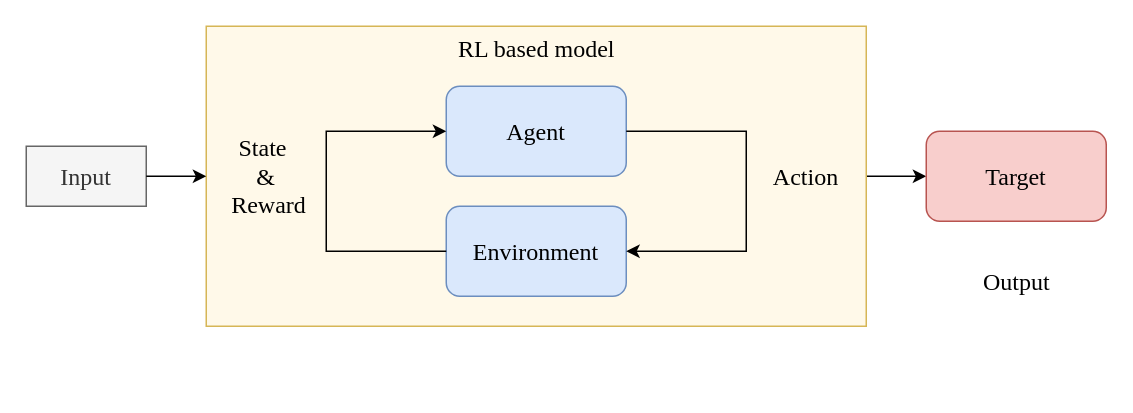
Before: draw/RL示意图.drawio in zhiyuan5986/draw_io, a draw.io diagram. Source tidied: cells renumbered, new cells numbered last; positions are measured from the earlier drawing's top-left corner, leaving out a move shared by most shapes. Both pictures are drawn from the tidied source at 150%, with x=0, y=0 at pixel (26, 26).
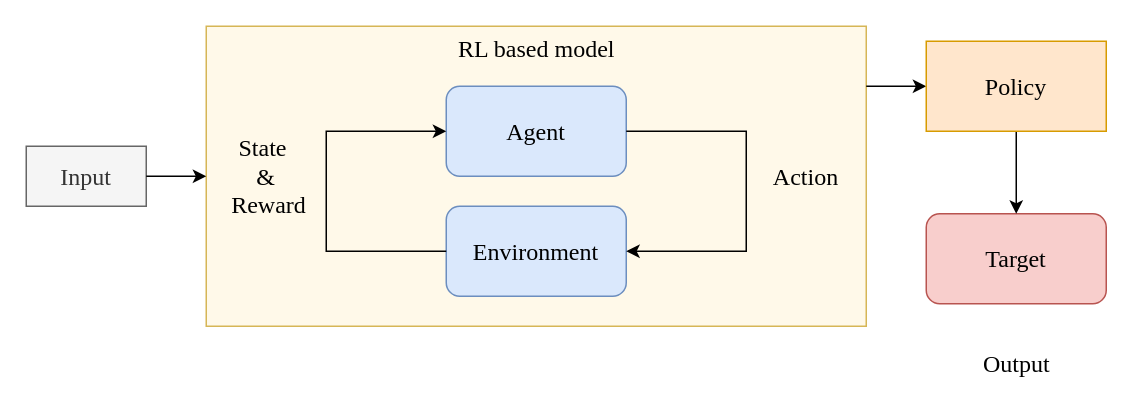
Above is the later version.

Commit message (it also covers changes not shown here):
更新RL示意图.drawio

Unchanged cells that the change refers to:
```xml
<mxCell id="4" style="rounded=0;whiteSpace=wrap;html=1;fillColor=#fff9e9;strokeColor=#d6b656;" parent="1" vertex="1">
  <mxGeometry x="120" width="440" height="200" as="geometry" />
</mxCell>
```

The edit, as a diff of the source:
```diff
@@
-    <mxCell id="3" style="edgeStyle=orthogonalEdgeStyle;rounded=0;jettySize=auto;html=1;" parent="1" edge="1" source="4" target="5">
-      <mxGeometry relative="1" as="geometry" />
-    </mxCell>
@@
     <mxCell id="5" value="&lt;font style=&quot;font-size: 16px;&quot; face=&quot;Times New Roman&quot;&gt;Target&lt;/font&gt;" style="rounded=1;whiteSpace=wrap;html=1;fillColor=#f8cecc;strokeColor=#b85450;" parent="1" vertex="1">
-      <mxGeometry x="600" y="70" width="120" height="60" as="geometry" />
+      <mxGeometry x="600" y="125" width="120" height="60" as="geometry" />
     </mxCell>
     <mxCell id="6" value="&lt;font style=&quot;font-size: 16px;&quot; face=&quot;Times New Roman&quot;&gt;Output&lt;/font&gt;" style="text;html=1;align=center;verticalAlign=middle;strokeColor=none;fillColor=none;" parent="1" vertex="1">
-      <mxGeometry x="625" y="155" width="70" height="30" as="geometry" />
+      <mxGeometry x="625" y="210" width="70" height="30" as="geometry" />
     </mxCell>
@@
+    <mxCell id="15" style="endArrow=classic;html=1;rounded=0;exitX=1;exitY=0.5;exitDx=0;exitDy=0;entryX=0;entryY=0.5;entryDx=0;entryDy=0;" parent="1" edge="1">
+      <mxGeometry relative="1" as="geometry">
+        <mxPoint x="560" y="40" as="sourcePoint" />
+        <mxPoint x="600" y="40" as="targetPoint" />
+      </mxGeometry>
+    </mxCell>
+    <mxCell id="16" style="edgeStyle=orthogonalEdgeStyle;rounded=0;jettySize=auto;html=1;" parent="1" edge="1" source="17" target="5">
+      <mxGeometry relative="1" as="geometry" />
+    </mxCell>
+    <mxCell id="17" value="&lt;font style=&quot;font-size: 16px;&quot;&gt;Policy&lt;/font&gt;" style="rounded=0;whiteSpace=wrap;html=1;fontFamily=Times New Roman;fillColor=#ffe6cc;strokeColor=#d79b00;" parent="1" vertex="1">
+      <mxGeometry x="600" y="10" width="120" height="60" as="geometry" />
+    </mxCell>
```
